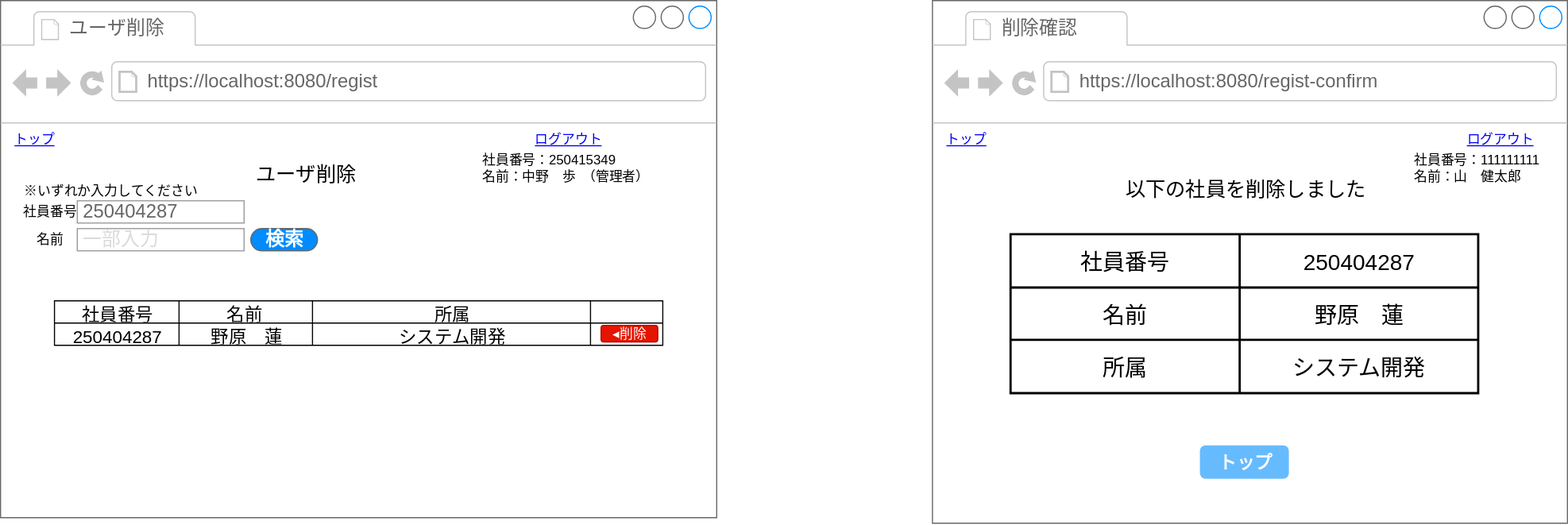
The draw.io diagram 基本設計/521_userdelete.drawio.svg in ICT-Training-2026/team-project-15, before a commit. Source tidied: cells renumbered, new cells last; positions are measured from the earlier drawing's top-left corner, leaving out a move shared by most shapes.
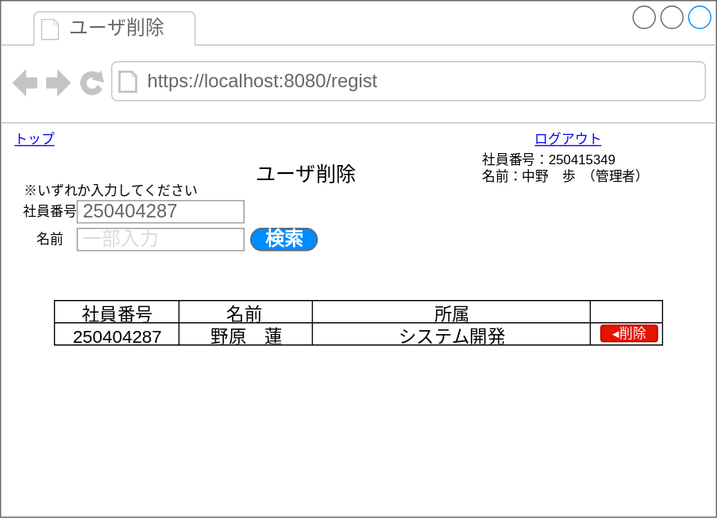
After the commit.

Diff of the diagram source:
```diff
@@ -77,59 +77,5 @@
     <mxCell id="26" value="※いずれか入力してください" style="text;html=1;align=center;verticalAlign=middle;whiteSpace=wrap;rounded=0;" parent="2" vertex="1">
       <mxGeometry x="19" y="156" width="160" height="30" as="geometry" />
     </mxCell>
-    <mxCell id="27" style="strokeWidth=1;shadow=0;dashed=0;align=center;html=1;shape=mxgraph.mockup.containers.browserWindow;rSize=0;strokeColor=#666666;strokeColor2=#008cff;strokeColor3=#c4c4c4;mainText=,;" parent="1" vertex="1">
-      <mxGeometry x="838" width="571" height="470" as="geometry" />
-    </mxCell>
-    <mxCell id="28" value="削除確認" style="strokeWidth=1;shadow=0;dashed=0;align=center;html=1;shape=mxgraph.mockup.containers.anchor;fontSize=17;fontColor=#666666;align=left;whiteSpace=wrap;" parent="27" vertex="1">
-      <mxGeometry x="60" y="12" width="110" height="26" as="geometry" />
-    </mxCell>
-    <mxCell id="29" value="https://localhost:8080/regist-confirm" style="strokeWidth=1;shadow=0;dashed=0;align=center;html=1;shape=mxgraph.mockup.containers.anchor;rSize=0;fontSize=17;fontColor=#666666;align=left;" parent="27" vertex="1">
-      <mxGeometry x="130" y="60" width="250" height="26" as="geometry" />
-    </mxCell>
-    <mxCell id="30" value="&lt;span style=&quot;font-size: 18px;&quot;&gt;以下の社員を削除しました&lt;/span&gt;" style="text;html=1;align=center;verticalAlign=middle;strokeColor=none;fillColor=none;" parent="27" vertex="1">
-      <mxGeometry x="160.5" y="150" width="240" height="40" as="geometry" />
-    </mxCell>
-    <mxCell id="31" value="&lt;font style=&quot;color: rgb(0, 0, 255);&quot;&gt;&lt;u&gt;ログアウト&lt;/u&gt;&lt;/font&gt;" style="text;html=1;align=center;verticalAlign=middle;strokeColor=none;fillColor=none;" parent="27" vertex="1">
-      <mxGeometry x="470" y="110" width="80" height="30" as="geometry" />
-    </mxCell>
-    <mxCell id="32" value="&lt;font style=&quot;color: rgb(0, 0, 255);&quot;&gt;&lt;u&gt;トップ&lt;/u&gt;&lt;/font&gt;" style="text;html=1;align=center;verticalAlign=middle;strokeColor=none;fillColor=none;" parent="27" vertex="1">
-      <mxGeometry y="110" width="60" height="30" as="geometry" />
-    </mxCell>
-    <mxCell id="33" value="社員番号：111111111&lt;div&gt;名前：山　健太郎&lt;/div&gt;" style="text;html=1;align=left;verticalAlign=middle;strokeColor=none;fillColor=none;" parent="27" vertex="1">
-      <mxGeometry x="431" y="130" width="140" height="40" as="geometry" />
-    </mxCell>
-    <mxCell id="34" style="shape=table;html=1;whiteSpace=wrap;startSize=0;strokeWidth=2;" parent="27" vertex="1">
-      <mxGeometry x="70.2" y="210" width="420.5" height="143" as="geometry" />
-    </mxCell>
-    <mxCell id="35" style="shape=tableRow;horizontal=0;startSize=0;swimlaneHead=0;swimlaneBody=0;top=0;left=0;bottom=0;right=0;fillColor=none;" parent="34" vertex="1">
-      <mxGeometry width="420.5" height="48" as="geometry" />
-    </mxCell>
-    <mxCell id="36" value="&lt;span style=&quot;font-weight: normal;&quot;&gt;&lt;font style=&quot;font-size: 20px;&quot;&gt;社員番号&lt;/font&gt;&lt;/span&gt;" style="shape=partialRectangle;html=1;whiteSpace=wrap;fillColor=none;top=0;left=0;bottom=0;right=0;overflow=hidden;fontStyle=1;" parent="35" vertex="1">
-      <mxGeometry width="206" height="48" as="geometry" />
-    </mxCell>
-    <mxCell id="37" value="&lt;span style=&quot;font-size: 20px; font-weight: 400;&quot;&gt;250404287&lt;/span&gt;" style="shape=partialRectangle;html=1;whiteSpace=wrap;fillColor=none;top=0;left=0;bottom=0;right=0;overflow=hidden;fontStyle=1;" parent="35" vertex="1">
-      <mxGeometry x="206" width="215" height="48" as="geometry" />
-    </mxCell>
-    <mxCell id="38" style="shape=tableRow;horizontal=0;startSize=0;swimlaneHead=0;swimlaneBody=0;top=0;left=0;bottom=0;right=0;fillColor=none;" parent="34" vertex="1">
-      <mxGeometry y="48" width="420.5" height="47" as="geometry" />
-    </mxCell>
-    <mxCell id="39" value="&lt;font style=&quot;font-size: 20px;&quot;&gt;名前&lt;/font&gt;" style="shape=partialRectangle;html=1;whiteSpace=wrap;fillColor=none;top=0;left=0;bottom=0;right=0;overflow=hidden;" parent="38" vertex="1">
-      <mxGeometry width="206" height="47" as="geometry" />
-    </mxCell>
-    <mxCell id="40" value="&lt;font style=&quot;font-size: 20px;&quot;&gt;野原　蓮&lt;/font&gt;" style="shape=partialRectangle;html=1;whiteSpace=wrap;fillColor=none;top=0;left=0;bottom=0;right=0;overflow=hidden;" parent="38" vertex="1">
-      <mxGeometry x="206" width="215" height="47" as="geometry" />
-    </mxCell>
-    <mxCell id="41" style="shape=tableRow;horizontal=0;startSize=0;swimlaneHead=0;swimlaneBody=0;top=0;left=0;bottom=0;right=0;fillColor=none;" parent="34" vertex="1">
-      <mxGeometry y="95" width="420.5" height="48" as="geometry" />
-    </mxCell>
-    <mxCell id="42" value="&lt;font style=&quot;font-size: 20px;&quot;&gt;所属&lt;/font&gt;" style="shape=partialRectangle;html=1;whiteSpace=wrap;fillColor=none;top=0;left=0;bottom=0;right=0;overflow=hidden;" parent="41" vertex="1">
-      <mxGeometry width="206" height="48" as="geometry" />
-    </mxCell>
-    <mxCell id="43" value="&lt;font style=&quot;font-size: 20px;&quot;&gt;システム開発&lt;/font&gt;" style="shape=partialRectangle;html=1;whiteSpace=wrap;fillColor=none;top=0;left=0;bottom=0;right=0;overflow=hidden;" parent="41" vertex="1">
-      <mxGeometry x="206" width="215" height="48" as="geometry" />
-    </mxCell>
-    <mxCell id="44" value="トップ" style="strokeWidth=1;shadow=0;dashed=0;align=center;html=1;shape=mxgraph.mockup.forms.rrect;rSize=5;strokeColor=none;fontColor=#ffffff;fillColor=#66bbff;fontSize=16;fontStyle=1;" parent="27" vertex="1">
-      <mxGeometry x="240.5" y="400" width="80" height="30" as="geometry" />
-    </mxCell>
   </root>
 </mxGraphModel>
```
